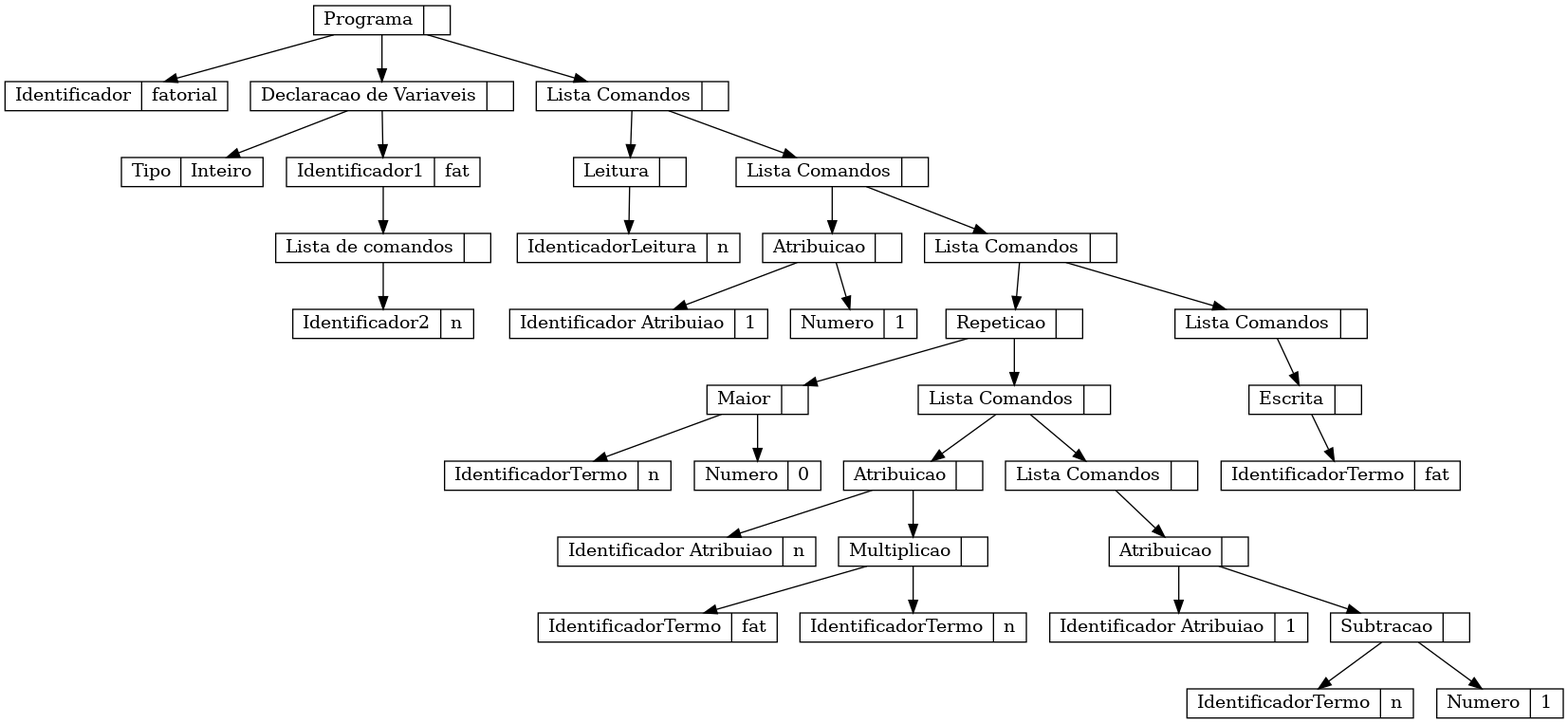
This is analisador/parte5/tree.png from Joao-Pedro-dos-Santos-Melo/compiladores, a Graphviz export, as it was before one commit. Its source is kept beside it as analisador/parte5/tree.dot.
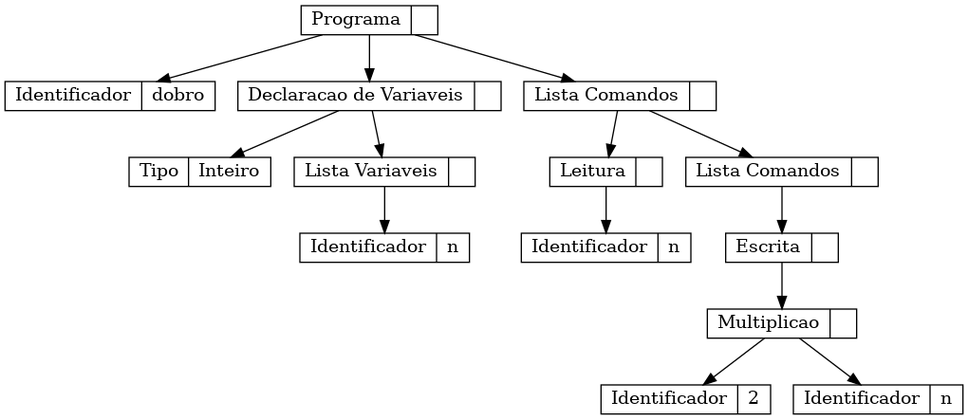
After the change.

What changed in the source:
```diff
@@ -1,70 +1,30 @@
 digraph {
 	node [ shape=record, height = .1] ;
-	n0x64e782b9e5d0 [label="Programa|"]
-	n0x64e782b9d6f0 [label="Identificador|fatorial"]
-	n0x64e782b9d920 [label="Declaracao de Variaveis|"]
-	n0x64e782b9d760 [label="Tipo|Inteiro"]
-	n0x64e782b9d8b0 [label="Identificador1|fat"]
-	n0x64e782b9d7d0 [label="Lista de comandos|"]
-	n0x64e782b9d840 [label="Identificador2|n"]
-	n0x64e782b9e560 [label="Lista Comandos|"]
-	n0x64e782b9da70 [label="Leitura|"]
-	n0x64e782b9da00 [label="IdenticadorLeitura|n"]
-	n0x64e782b9e4f0 [label="Lista Comandos|"]
-	n0x64e782b9db50 [label="Atribuicao|"]
-	n0x64e782b9dbc0 [label="Identificador Atribuiao|1"]
-	n0x64e782b9dae0 [label="Numero|1"]
-	n0x64e782b9e480 [label="Lista Comandos|"]
-	n0x64e782b9e2c0 [label="Repeticao|"]
-	n0x64e782b9dd10 [label="Maior|"]
-	n0x64e782b9dc30 [label="IdentificadorTermo|n"]
-	n0x64e782b9dca0 [label="Numero|0"]
-	n0x64e782b9e250 [label="Lista Comandos|"]
-	n0x64e782b9ded0 [label="Atribuicao|"]
-	n0x64e782b9df40 [label="Identificador Atribuiao|n"]
-	n0x64e782b9de60 [label="Multiplicao|"]
-	n0x64e782b9dd80 [label="IdentificadorTermo|fat"]
-	n0x64e782b9ddf0 [label="IdentificadorTermo|n"]
-	n0x64e782b9e1e0 [label="Lista Comandos|"]
-	n0x64e782b9e100 [label="Atribuicao|"]
-	n0x64e782b9e170 [label="Identificador Atribuiao|1"]
-	n0x64e782b9e090 [label="Subtracao|"]
-	n0x64e782b9dfb0 [label="IdentificadorTermo|n"]
-	n0x64e782b9e020 [label="Numero|1"]
-	n0x64e782b9e410 [label="Lista Comandos|"]
-	n0x64e782b9e3a0 [label="Escrita|"]
-	n0x64e782b9e330 [label="IdentificadorTermo|fat"]
-	n0x64e782b9e5d0 -> n0x64e782b9d6f0
-	n0x64e782b9e5d0 -> n0x64e782b9d920
-	n0x64e782b9d920 -> n0x64e782b9d760
-	n0x64e782b9d920 -> n0x64e782b9d8b0
-	n0x64e782b9d8b0 -> n0x64e782b9d7d0
-	n0x64e782b9d7d0 -> n0x64e782b9d840
-	n0x64e782b9e5d0 -> n0x64e782b9e560
-	n0x64e782b9e560 -> n0x64e782b9da70
-	n0x64e782b9da70 -> n0x64e782b9da00
-	n0x64e782b9e560 -> n0x64e782b9e4f0
-	n0x64e782b9e4f0 -> n0x64e782b9db50
-	n0x64e782b9db50 -> n0x64e782b9dbc0
-	n0x64e782b9db50 -> n0x64e782b9dae0
-	n0x64e782b9e4f0 -> n0x64e782b9e480
-	n0x64e782b9e480 -> n0x64e782b9e2c0
-	n0x64e782b9e2c0 -> n0x64e782b9dd10
-	n0x64e782b9dd10 -> n0x64e782b9dc30
-	n0x64e782b9dd10 -> n0x64e782b9dca0
-	n0x64e782b9e2c0 -> n0x64e782b9e250
-	n0x64e782b9e250 -> n0x64e782b9ded0
-	n0x64e782b9ded0 -> n0x64e782b9df40
-	n0x64e782b9ded0 -> n0x64e782b9de60
-	n0x64e782b9de60 -> n0x64e782b9dd80
-	n0x64e782b9de60 -> n0x64e782b9ddf0
-	n0x64e782b9e250 -> n0x64e782b9e1e0
-	n0x64e782b9e1e0 -> n0x64e782b9e100
-	n0x64e782b9e100 -> n0x64e782b9e170
-	n0x64e782b9e100 -> n0x64e782b9e090
-	n0x64e782b9e090 -> n0x64e782b9dfb0
-	n0x64e782b9e090 -> n0x64e782b9e020
-	n0x64e782b9e480 -> n0x64e782b9e410
-	n0x64e782b9e410 -> n0x64e782b9e3a0
-	n0x64e782b9e3a0 -> n0x64e782b9e330
+	n0x63607765ad10 [label="Programa|"]
+	n0x63607765a6f0 [label="Identificador|dobro"]
+	n0x63607765a8b0 [label="Declaracao de Variaveis|"]
+	n0x63607765a760 [label="Tipo|Inteiro"]
+	n0x63607765a7d0 [label="Lista Variaveis|"]
+	n0x63607765a840 [label="Identificador|n"]
+	n0x63607765aca0 [label="Lista Comandos|"]
+	n0x63607765aa00 [label="Leitura|"]
+	n0x63607765a990 [label="Identificador|n"]
+	n0x63607765ac30 [label="Lista Comandos|"]
+	n0x63607765abc0 [label="Escrita|"]
+	n0x63607765ab50 [label="Multiplicao|"]
+	n0x63607765aa70 [label="Identificador|2"]
+	n0x63607765aae0 [label="Identificador|n"]
+	n0x63607765ad10 -> n0x63607765a6f0
+	n0x63607765ad10 -> n0x63607765a8b0
+	n0x63607765a8b0 -> n0x63607765a760
+	n0x63607765a8b0 -> n0x63607765a7d0
+	n0x63607765a7d0 -> n0x63607765a840
+	n0x63607765ad10 -> n0x63607765aca0
+	n0x63607765aca0 -> n0x63607765aa00
+	n0x63607765aa00 -> n0x63607765a990
+	n0x63607765aca0 -> n0x63607765ac30
+	n0x63607765ac30 -> n0x63607765abc0
+	n0x63607765abc0 -> n0x63607765ab50
+	n0x63607765ab50 -> n0x63607765aa70
+	n0x63607765ab50 -> n0x63607765aae0
 }
```
